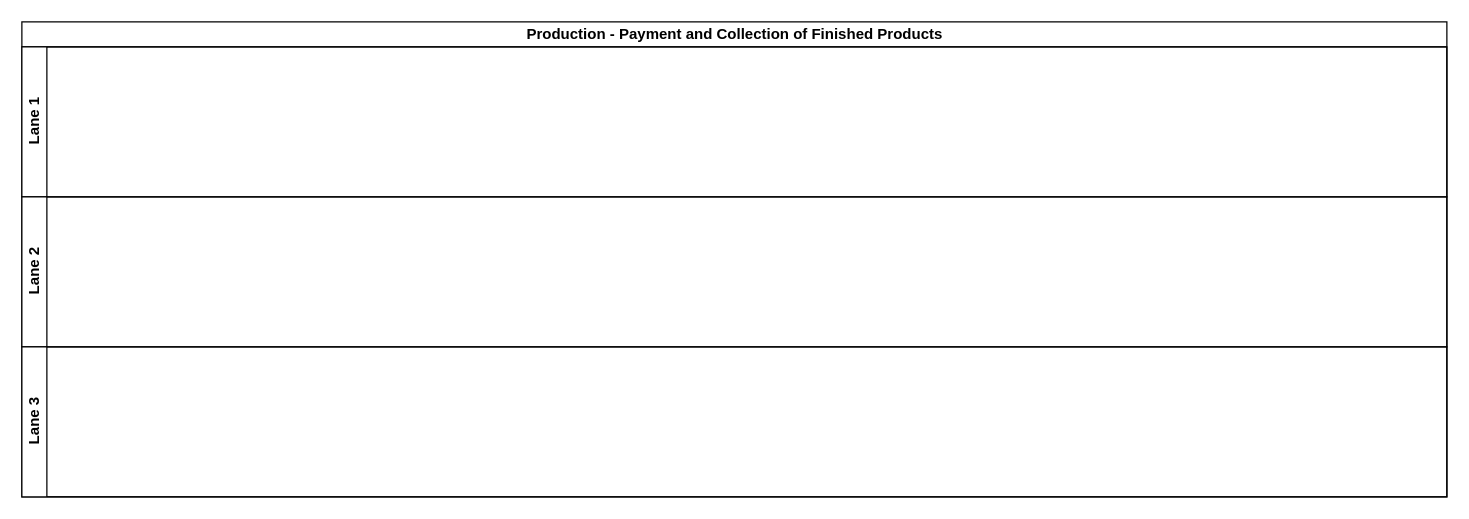
Earlier version of the draw.io diagram LC-Payment and Collection of Finished Products.drawio (kmagua/flowcharts). Source tidied: cells renumbered, new cells numbered last; positions are measured from the earlier drawing's top-left corner, leaving out a move shared by most shapes. Both pictures are drawn from the tidied source at 125%, with x=0, y=0 at pixel (21, 21).
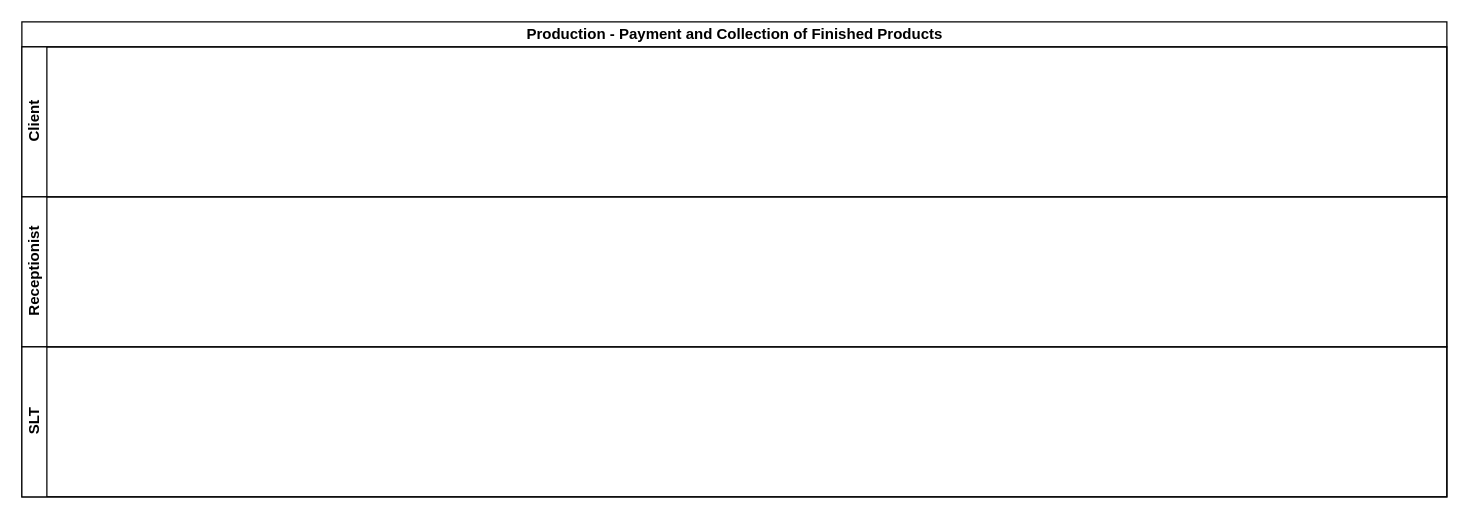
The same diagram, later.

Diff of the diagram source:
```diff
@@
 <mxGraphModel>
   <root>
     <mxCell id="0" />
     <mxCell id="1" parent="0" />
     <mxCell id="2" value="Production - Payment and Collection of Finished Products" style="swimlane;html=1;horizontal=1;startSize=20;" parent="1" vertex="1">
       <mxGeometry width="1140" height="380" as="geometry" />
     </mxCell>
-    <mxCell id="3" value="Lane 1" style="swimlane;html=1;startSize=20;horizontal=0;" parent="2" vertex="1">
+    <mxCell id="3" value="Client" style="swimlane;html=1;startSize=20;horizontal=0;" parent="2" vertex="1">
       <mxGeometry y="20" width="1140" height="120" as="geometry" />
     </mxCell>
-    <mxCell id="4" value="Lane 2" style="swimlane;html=1;startSize=20;horizontal=0;" parent="2" vertex="1">
+    <mxCell id="4" value="Receptionist" style="swimlane;html=1;startSize=20;horizontal=0;" parent="2" vertex="1">
       <mxGeometry y="140" width="1140" height="120" as="geometry" />
     </mxCell>
-    <mxCell id="5" value="Lane 3" style="swimlane;html=1;startSize=20;horizontal=0;" parent="2" vertex="1">
+    <mxCell id="5" value="SLT" style="swimlane;html=1;startSize=20;horizontal=0;" parent="2" vertex="1">
       <mxGeometry y="260" width="1140" height="120" as="geometry" />
     </mxCell>
   </root>
 </mxGraphModel>
```
